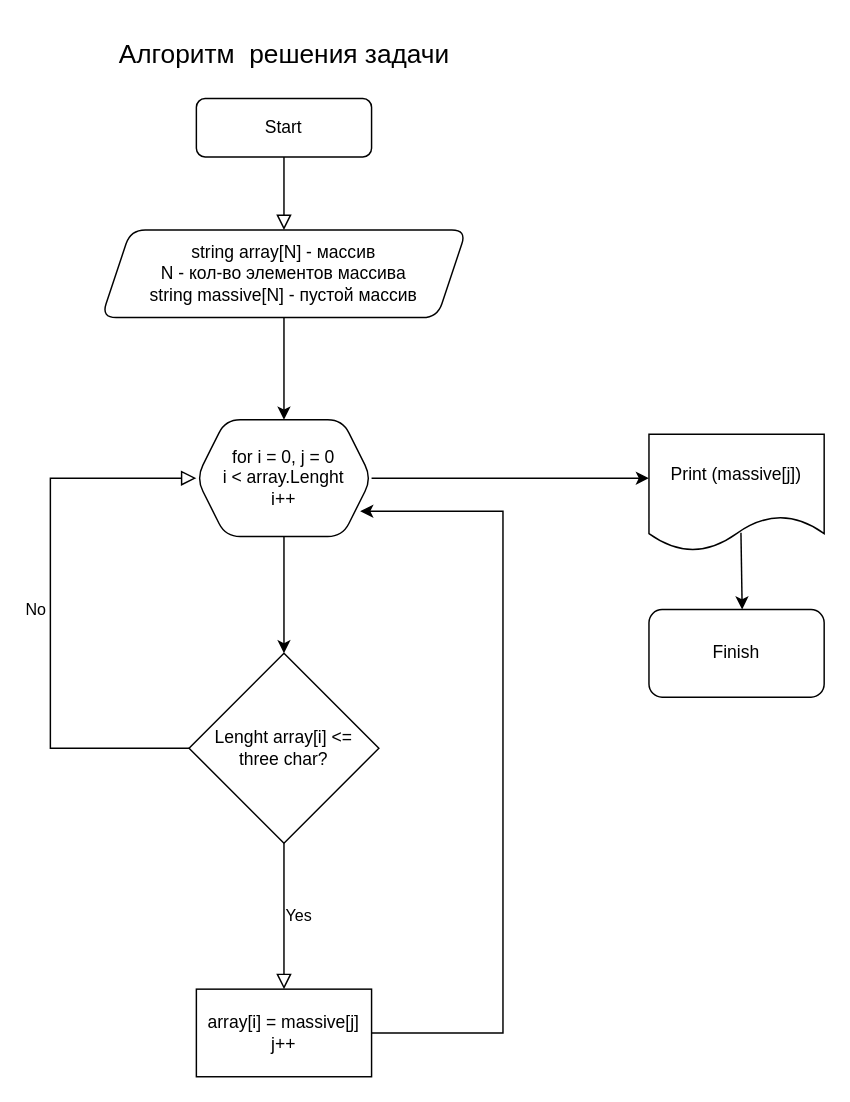
The draw.io diagram Control_work_1.drawio in SergeyEdalov/Control_work_1, before the edit. Source tidied: cells renumbered, new cells numbered last; positions are measured from the earlier drawing's top-left corner, leaving out a move shared by most shapes. Both pictures are drawn from the tidied source at 146%, with x=0, y=0 at pixel (50, 25).
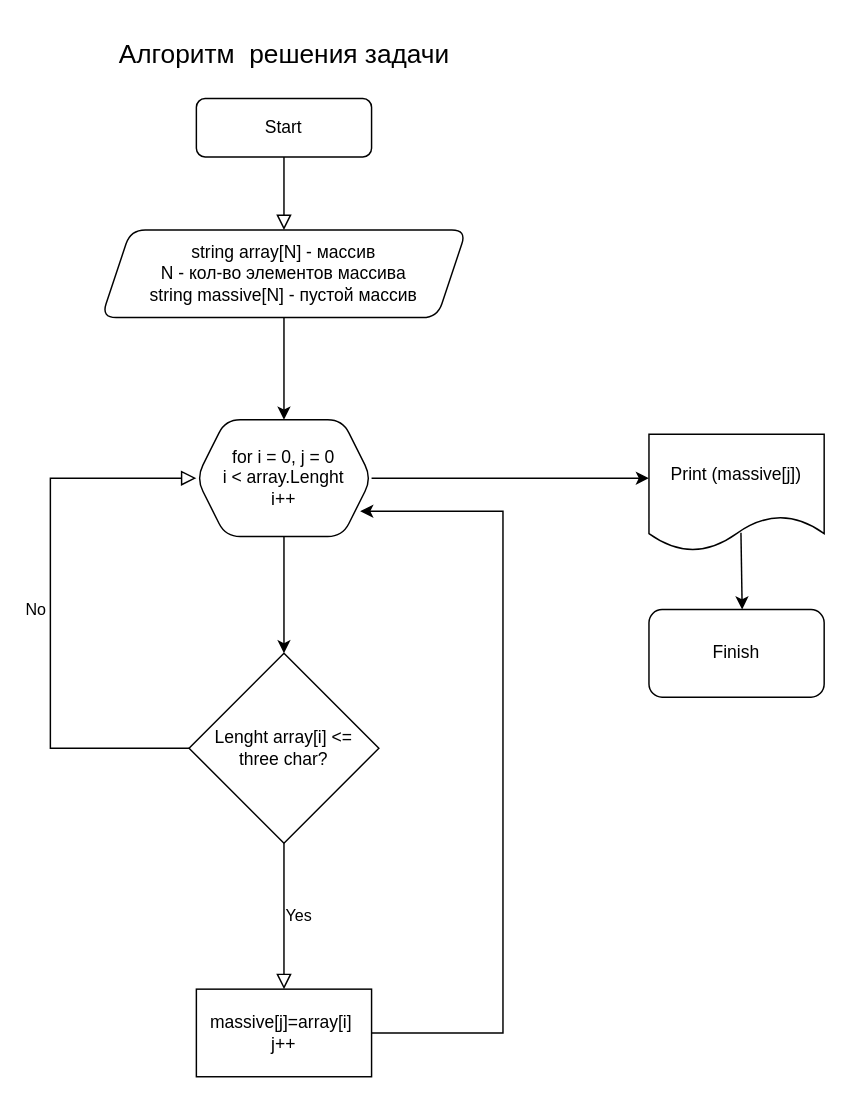
The same page after the edit.

Commit message:
correct algorithm

The edit, as a diff of the source:
```diff
@@
-    <mxCell id="11" value="array[i] = massive[j]&lt;br&gt;j++" style="rounded=0;whiteSpace=wrap;html=1;" parent="1" vertex="1">
+    <mxCell id="11" value="massive[j]=array[i]&amp;nbsp;&lt;br&gt;j++" style="rounded=0;whiteSpace=wrap;html=1;" parent="1" vertex="1">
       <mxGeometry x="100" y="660" width="120" height="60" as="geometry" />
     </mxCell>
```
